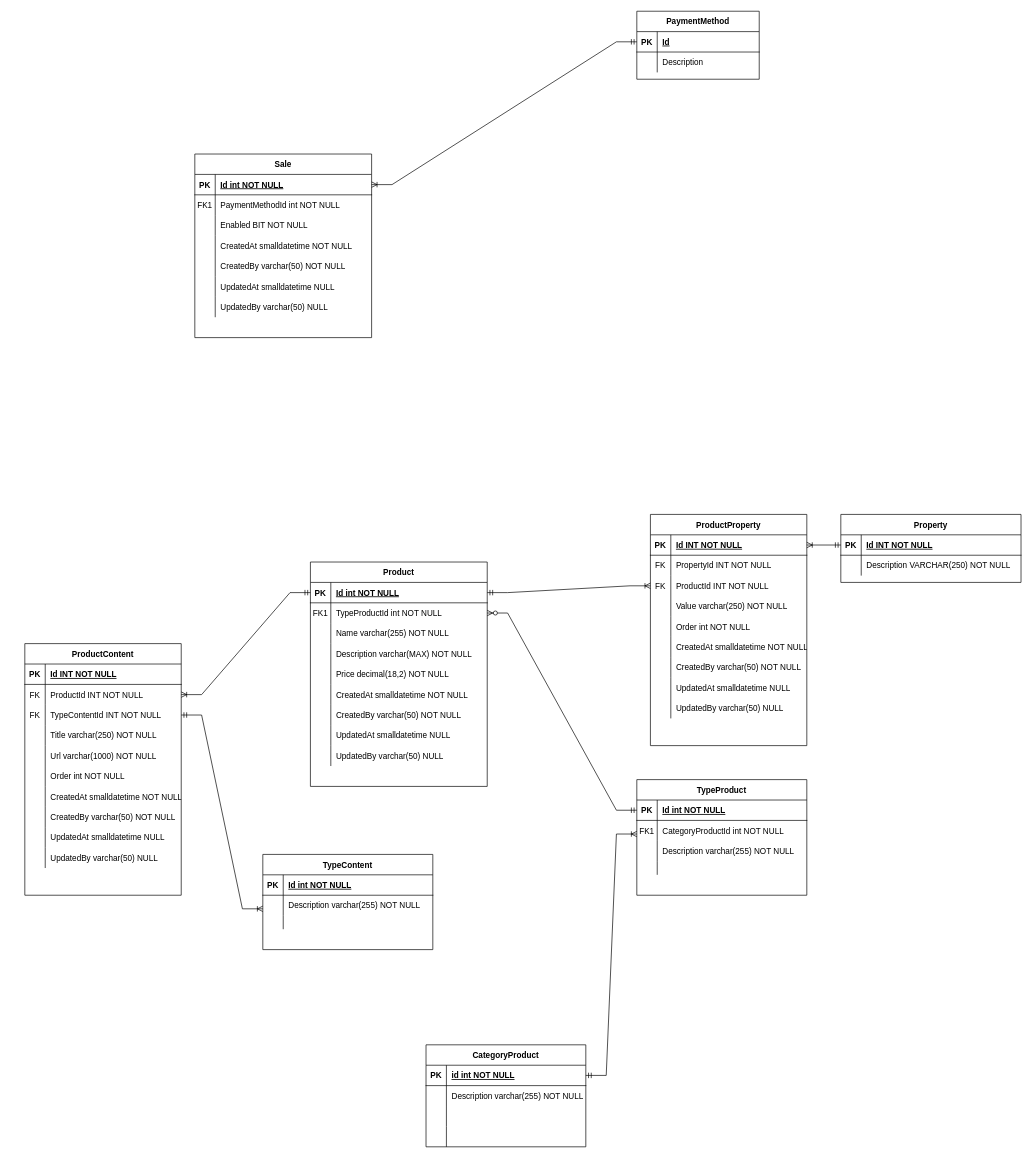
Earlier version of the draw.io diagram PruebaTecnica.drawio (fredickzen/draw.io). Source tidied: cells renumbered, new cells numbered last; positions are measured from the earlier drawing's top-left corner, leaving out a move shared by most shapes. Both pictures are drawn from the tidied source at 68%, with x=0, y=0 at pixel (24, 11).
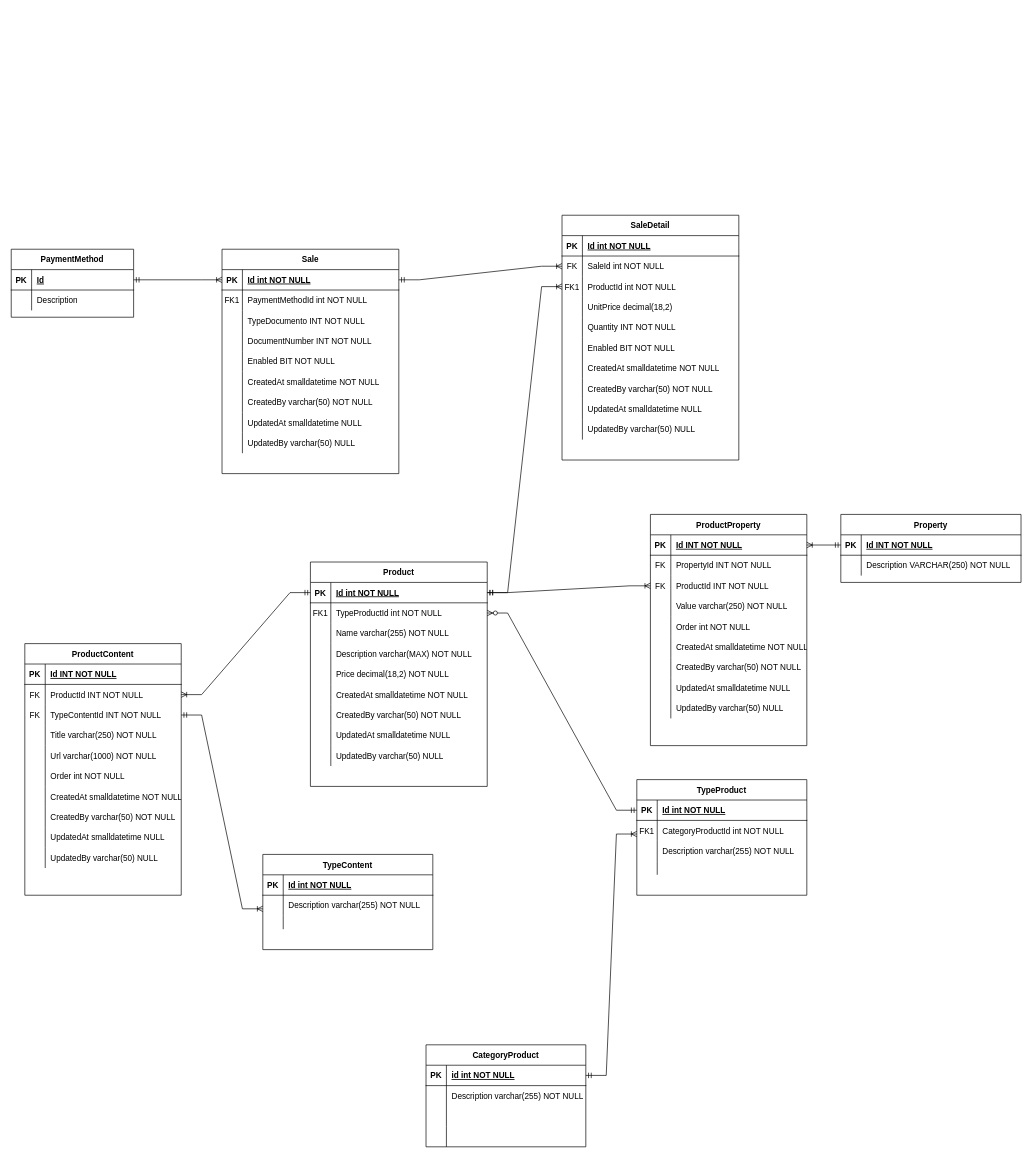
Above is the later version.

The change refers to these unchanged cells:
```xml
<mxCell id="18" style="shape=partialRectangle;fillColor=none;points=[[0,0.5],[1,0.5]];portConstraint=eastwest;top=0;left=0;right=0;bottom=1;" parent="17" vertex="1">
  <mxGeometry y="30" width="260" height="30" as="geometry" />
</mxCell>
<mxCell id="150" style="shape=tableRow;horizontal=0;startSize=0;swimlaneHead=0;swimlaneBody=0;fillColor=none;points=[[0,0.5],[1,0.5]];portConstraint=eastwest;top=0;left=0;right=0;bottom=1;" parent="149" vertex="1">
  <mxGeometry y="30" width="180" height="30" as="geometry" />
</mxCell>
<mxCell id="158" style="shape=partialRectangle;fillColor=none;points=[[0,0.5],[1,0.5]];portConstraint=eastwest;top=0;left=0;right=0;bottom=1;" parent="157" vertex="1">
  <mxGeometry y="30" width="260" height="30" as="geometry" />
</mxCell>
```

What changed in the source:
```diff
@@
     <mxCell id="149" value="PaymentMethod" style="shape=table;startSize=30;childLayout=tableLayout;rowLines=0;fontStyle=1;align=center;" parent="1" vertex="1">
-      <mxGeometry x="900" width="180" height="100" as="geometry" />
+      <mxGeometry x="-20" y="350" width="180" height="100" as="geometry" />
     </mxCell>
@@
     <mxCell id="156" style="group;" parent="1" vertex="1">
-      <mxGeometry x="250" y="210" width="290" height="350" as="geometry" />
+      <mxGeometry x="290" y="350" width="290" height="350" as="geometry" />
     </mxCell>
     <mxCell id="157" value="Sale" style="shape=table;startSize=30;childLayout=tableLayout;rowLines=0;fontStyle=1;align=center;" parent="156" vertex="1">
-      <mxGeometry width="260" height="270" as="geometry" />
+      <mxGeometry width="260" height="330" as="geometry" />
     </mxCell>
@@
+    <mxCell id="182" style="shape=tableRow;horizontal=0;startSize=0;swimlaneHead=0;swimlaneBody=0;fillColor=none;top=0;left=0;right=0;bottom=0;" parent="157" vertex="1">
+      <mxGeometry y="90" width="260" height="30" as="geometry" />
+    </mxCell>
+    <mxCell id="183" style="shape=partialRectangle;fillColor=none;top=0;left=0;bottom=0;right=0;overflow=hidden;" parent="182" vertex="1">
+      <mxGeometry width="30" height="30" as="geometry" />
+    </mxCell>
+    <mxCell id="184" value="TypeDocumento INT NOT NULL" style="shape=partialRectangle;fillColor=none;top=0;left=0;bottom=0;right=0;align=left;spacingLeft=6;overflow=hidden;" parent="182" vertex="1">
+      <mxGeometry x="30" width="230" height="30" as="geometry" />
+    </mxCell>
+    <mxCell id="185" style="shape=tableRow;horizontal=0;startSize=0;swimlaneHead=0;swimlaneBody=0;fillColor=none;top=0;left=0;right=0;bottom=0;" parent="157" vertex="1">
+      <mxGeometry y="120" width="260" height="30" as="geometry" />
+    </mxCell>
+    <mxCell id="186" style="shape=partialRectangle;fillColor=none;top=0;left=0;bottom=0;right=0;overflow=hidden;" parent="185" vertex="1">
+      <mxGeometry width="30" height="30" as="geometry" />
+    </mxCell>
+    <mxCell id="187" value="DocumentNumber INT NOT NULL" style="shape=partialRectangle;fillColor=none;top=0;left=0;bottom=0;right=0;align=left;spacingLeft=6;overflow=hidden;" parent="185" vertex="1">
+      <mxGeometry x="30" width="230" height="30" as="geometry" />
+    </mxCell>
     <mxCell id="164" style="shape=tableRow;horizontal=0;startSize=0;swimlaneHead=0;swimlaneBody=0;fillColor=none;top=0;left=0;right=0;bottom=0;" parent="157" vertex="1">
-      <mxGeometry y="90" width="260" height="30" as="geometry" />
+      <mxGeometry y="150" width="260" height="30" as="geometry" />
     </mxCell>
@@
     <mxCell id="167" style="shape=tableRow;horizontal=0;startSize=0;swimlaneHead=0;swimlaneBody=0;fillColor=none;top=0;left=0;right=0;bottom=0;" parent="157" vertex="1">
-      <mxGeometry y="120" width="260" height="30" as="geometry" />
+      <mxGeometry y="180" width="260" height="30" as="geometry" />
     </mxCell>
@@
     <mxCell id="170" style="shape=tableRow;horizontal=0;startSize=0;swimlaneHead=0;swimlaneBody=0;fillColor=none;top=0;left=0;right=0;bottom=0;" parent="157" vertex="1">
-      <mxGeometry y="150" width="260" height="30" as="geometry" />
+      <mxGeometry y="210" width="260" height="30" as="geometry" />
     </mxCell>
@@
     <mxCell id="173" style="shape=tableRow;horizontal=0;startSize=0;swimlaneHead=0;swimlaneBody=0;fillColor=none;top=0;left=0;right=0;bottom=0;" parent="157" vertex="1">
-      <mxGeometry y="180" width="260" height="30" as="geometry" />
+      <mxGeometry y="240" width="260" height="30" as="geometry" />
     </mxCell>
@@
     <mxCell id="176" style="shape=tableRow;horizontal=0;startSize=0;swimlaneHead=0;swimlaneBody=0;fillColor=none;top=0;left=0;right=0;bottom=0;" parent="157" vertex="1">
-      <mxGeometry y="210" width="260" height="30" as="geometry" />
+      <mxGeometry y="270" width="260" height="30" as="geometry" />
     </mxCell>
@@
-    <mxCell id="181" style="edgeStyle=entityRelationEdgeStyle;fontSize=12;html=1;endArrow=ERoneToMany;startArrow=ERmandOne;rounded=0;exitX=0;exitY=0.5;exitDx=0;exitDy=0;" parent="1" edge="1" source="150" target="158">
+    <mxCell id="181" style="edgeStyle=entityRelationEdgeStyle;fontSize=12;html=1;endArrow=ERoneToMany;startArrow=ERmandOne;rounded=0;exitX=1;exitY=0.5;exitDx=0;exitDy=0;" parent="1" edge="1" source="150" target="158">
       <mxGeometry relative="1" as="geometry" />
     </mxCell>
+    <mxCell id="188" style="group;" parent="1" vertex="1">
+      <mxGeometry x="790" y="300" width="290" height="350" as="geometry" />
+    </mxCell>
+    <mxCell id="189" value="SaleDetail" style="shape=table;startSize=30;childLayout=tableLayout;rowLines=0;fontStyle=1;align=center;" parent="188" vertex="1">
+      <mxGeometry width="260" height="360" as="geometry" />
+    </mxCell>
+    <mxCell id="190" style="shape=partialRectangle;fillColor=none;top=0;left=0;right=0;bottom=1;" parent="189" vertex="1">
+      <mxGeometry y="30" width="260" height="30" as="geometry" />
+    </mxCell>
+    <mxCell id="191" value="PK" style="shape=partialRectangle;overflow=hidden;fillColor=none;top=0;left=0;bottom=0;right=0;fontStyle=1;" parent="190" vertex="1">
+      <mxGeometry width="30" height="30" as="geometry" />
+    </mxCell>
+    <mxCell id="192" value="Id int NOT NULL " style="shape=partialRectangle;overflow=hidden;fillColor=none;top=0;left=0;bottom=0;right=0;align=left;spacingLeft=6;fontStyle=5;" parent="190" vertex="1">
+      <mxGeometry x="30" width="230" height="30" as="geometry" />
+    </mxCell>
+    <mxCell id="193" style="shape=tableRow;horizontal=0;startSize=0;swimlaneHead=0;swimlaneBody=0;fillColor=none;points=[[0,0.5],[1,0.5]];portConstraint=eastwest;top=0;left=0;right=0;bottom=0;" parent="189" vertex="1">
+      <mxGeometry y="60" width="260" height="30" as="geometry" />
+    </mxCell>
+    <mxCell id="194" value="FK" style="shape=partialRectangle;fillColor=none;top=0;left=0;bottom=0;right=0;fontStyle=0;overflow=hidden;" parent="193" vertex="1">
+      <mxGeometry width="30" height="30" as="geometry" />
+    </mxCell>
+    <mxCell id="195" value="SaleId int NOT NULL" style="shape=partialRectangle;fillColor=none;top=0;left=0;bottom=0;right=0;align=left;spacingLeft=6;fontStyle=0;overflow=hidden;" parent="193" vertex="1">
+      <mxGeometry x="30" width="230" height="30" as="geometry" />
+    </mxCell>
+    <mxCell id="196" style="shape=partialRectangle;fillColor=none;points=[[0,0.5],[1,0.5]];portConstraint=eastwest;top=0;left=0;right=0;bottom=0;" parent="189" vertex="1">
+      <mxGeometry y="90" width="260" height="30" as="geometry" />
+    </mxCell>
+    <mxCell id="197" value="FK1" style="shape=partialRectangle;overflow=hidden;fillColor=none;top=0;left=0;bottom=0;right=0;" parent="196" vertex="1">
+      <mxGeometry width="30" height="30" as="geometry" />
+    </mxCell>
+    <mxCell id="198" value="ProductId int NOT NULL" style="shape=partialRectangle;overflow=hidden;fillColor=none;top=0;left=0;bottom=0;right=0;align=left;spacingLeft=6;" parent="196" vertex="1">
+      <mxGeometry x="30" width="230" height="30" as="geometry" />
+    </mxCell>
+    <mxCell id="199" style="shape=tableRow;horizontal=0;startSize=0;swimlaneHead=0;swimlaneBody=0;fillColor=none;top=0;left=0;right=0;bottom=0;" parent="189" vertex="1">
+      <mxGeometry y="120" width="260" height="30" as="geometry" />
+    </mxCell>
+    <mxCell id="200" style="shape=partialRectangle;fillColor=none;top=0;left=0;bottom=0;right=0;overflow=hidden;" parent="199" vertex="1">
+      <mxGeometry width="30" height="30" as="geometry" />
+    </mxCell>
+    <mxCell id="201" value="UnitPrice decimal(18,2)" style="shape=partialRectangle;fillColor=none;top=0;left=0;bottom=0;right=0;align=left;spacingLeft=6;overflow=hidden;" parent="199" vertex="1">
+      <mxGeometry x="30" width="230" height="30" as="geometry" />
+    </mxCell>
+    <mxCell id="202" style="shape=tableRow;horizontal=0;startSize=0;swimlaneHead=0;swimlaneBody=0;fillColor=none;top=0;left=0;right=0;bottom=0;" parent="189" vertex="1">
+      <mxGeometry y="150" width="260" height="30" as="geometry" />
+    </mxCell>
+    <mxCell id="203" style="shape=partialRectangle;fillColor=none;top=0;left=0;bottom=0;right=0;overflow=hidden;" parent="202" vertex="1">
+      <mxGeometry width="30" height="30" as="geometry" />
+    </mxCell>
+    <mxCell id="204" value="Quantity INT NOT NULL" style="shape=partialRectangle;fillColor=none;top=0;left=0;bottom=0;right=0;align=left;spacingLeft=6;overflow=hidden;" parent="202" vertex="1">
+      <mxGeometry x="30" width="230" height="30" as="geometry" />
+    </mxCell>
+    <mxCell id="205" style="shape=tableRow;horizontal=0;startSize=0;swimlaneHead=0;swimlaneBody=0;fillColor=none;top=0;left=0;right=0;bottom=0;" parent="189" vertex="1">
+      <mxGeometry y="180" width="260" height="30" as="geometry" />
+    </mxCell>
+    <mxCell id="206" style="shape=partialRectangle;fillColor=none;top=0;left=0;bottom=0;right=0;overflow=hidden;" parent="205" vertex="1">
+      <mxGeometry width="30" height="30" as="geometry" />
+    </mxCell>
+    <mxCell id="207" value="Enabled BIT NOT NULL" style="shape=partialRectangle;fillColor=none;top=0;left=0;bottom=0;right=0;align=left;spacingLeft=6;overflow=hidden;" parent="205" vertex="1">
+      <mxGeometry x="30" width="230" height="30" as="geometry" />
+    </mxCell>
+    <mxCell id="208" style="shape=tableRow;horizontal=0;startSize=0;swimlaneHead=0;swimlaneBody=0;fillColor=none;top=0;left=0;right=0;bottom=0;" parent="189" vertex="1">
+      <mxGeometry y="210" width="260" height="30" as="geometry" />
+    </mxCell>
+    <mxCell id="209" style="shape=partialRectangle;fillColor=none;top=0;left=0;bottom=0;right=0;overflow=hidden;" parent="208" vertex="1">
+      <mxGeometry width="30" height="30" as="geometry" />
+    </mxCell>
+    <mxCell id="210" value="CreatedAt smalldatetime NOT NULL" style="shape=partialRectangle;fillColor=none;top=0;left=0;bottom=0;right=0;align=left;spacingLeft=6;overflow=hidden;" parent="208" vertex="1">
+      <mxGeometry x="30" width="230" height="30" as="geometry" />
+    </mxCell>
+    <mxCell id="211" style="shape=tableRow;horizontal=0;startSize=0;swimlaneHead=0;swimlaneBody=0;fillColor=none;top=0;left=0;right=0;bottom=0;" parent="189" vertex="1">
+      <mxGeometry y="240" width="260" height="30" as="geometry" />
+    </mxCell>
+    <mxCell id="212" style="shape=partialRectangle;fillColor=none;top=0;left=0;bottom=0;right=0;overflow=hidden;" parent="211" vertex="1">
+      <mxGeometry width="30" height="30" as="geometry" />
+    </mxCell>
+    <mxCell id="213" value="CreatedBy varchar(50) NOT NULL" style="shape=partialRectangle;fillColor=none;top=0;left=0;bottom=0;right=0;align=left;spacingLeft=6;overflow=hidden;" parent="211" vertex="1">
+      <mxGeometry x="30" width="230" height="30" as="geometry" />
+    </mxCell>
+    <mxCell id="214" style="shape=tableRow;horizontal=0;startSize=0;swimlaneHead=0;swimlaneBody=0;fillColor=none;top=0;left=0;right=0;bottom=0;" parent="189" vertex="1">
+      <mxGeometry y="270" width="260" height="30" as="geometry" />
+    </mxCell>
+    <mxCell id="215" style="shape=partialRectangle;fillColor=none;top=0;left=0;bottom=0;right=0;overflow=hidden;" parent="214" vertex="1">
+      <mxGeometry width="30" height="30" as="geometry" />
+    </mxCell>
+    <mxCell id="216" value="UpdatedAt smalldatetime NULL" style="shape=partialRectangle;fillColor=none;top=0;left=0;bottom=0;right=0;align=left;spacingLeft=6;overflow=hidden;" parent="214" vertex="1">
+      <mxGeometry x="30" width="230" height="30" as="geometry" />
+    </mxCell>
+    <mxCell id="217" style="shape=tableRow;horizontal=0;startSize=0;swimlaneHead=0;swimlaneBody=0;fillColor=none;top=0;left=0;right=0;bottom=0;" parent="189" vertex="1">
+      <mxGeometry y="300" width="260" height="30" as="geometry" />
+    </mxCell>
+    <mxCell id="218" style="shape=partialRectangle;fillColor=none;top=0;left=0;bottom=0;right=0;overflow=hidden;" parent="217" vertex="1">
+      <mxGeometry width="30" height="30" as="geometry" />
+    </mxCell>
+    <mxCell id="219" value="UpdatedBy varchar(50) NULL" style="shape=partialRectangle;fillColor=none;top=0;left=0;bottom=0;right=0;align=left;spacingLeft=6;overflow=hidden;" parent="217" vertex="1">
+      <mxGeometry x="30" width="230" height="30" as="geometry" />
+    </mxCell>
+    <mxCell id="220" style="shape=partialRectangle;fillColor=none;top=0;left=0;right=0;bottom=0;" parent="188" vertex="1">
+      <mxGeometry y="113.1" width="250" height="12.1" as="geometry" />
+    </mxCell>
+    <mxCell id="221" style="shape=partialRectangle;overflow=hidden;fillColor=none;top=0;left=0;bottom=0;right=0;" parent="220" vertex="1">
+      <mxGeometry width="30" height="12.1" as="geometry" />
+    </mxCell>
+    <mxCell id="222" style="edgeStyle=entityRelationEdgeStyle;fontSize=12;html=1;endArrow=ERoneToMany;startArrow=ERmandOne;rounded=0;exitX=1;exitY=0.5;exitDx=0;exitDy=0;" parent="1" edge="1" source="18" target="196">
+      <mxGeometry relative="1" as="geometry" />
+    </mxCell>
+    <mxCell id="223" style="edgeStyle=entityRelationEdgeStyle;fontSize=12;html=1;endArrow=ERoneToMany;startArrow=ERmandOne;rounded=0;" parent="1" edge="1" source="158" target="193">
+      <mxGeometry relative="1" as="geometry" />
+    </mxCell>
```
